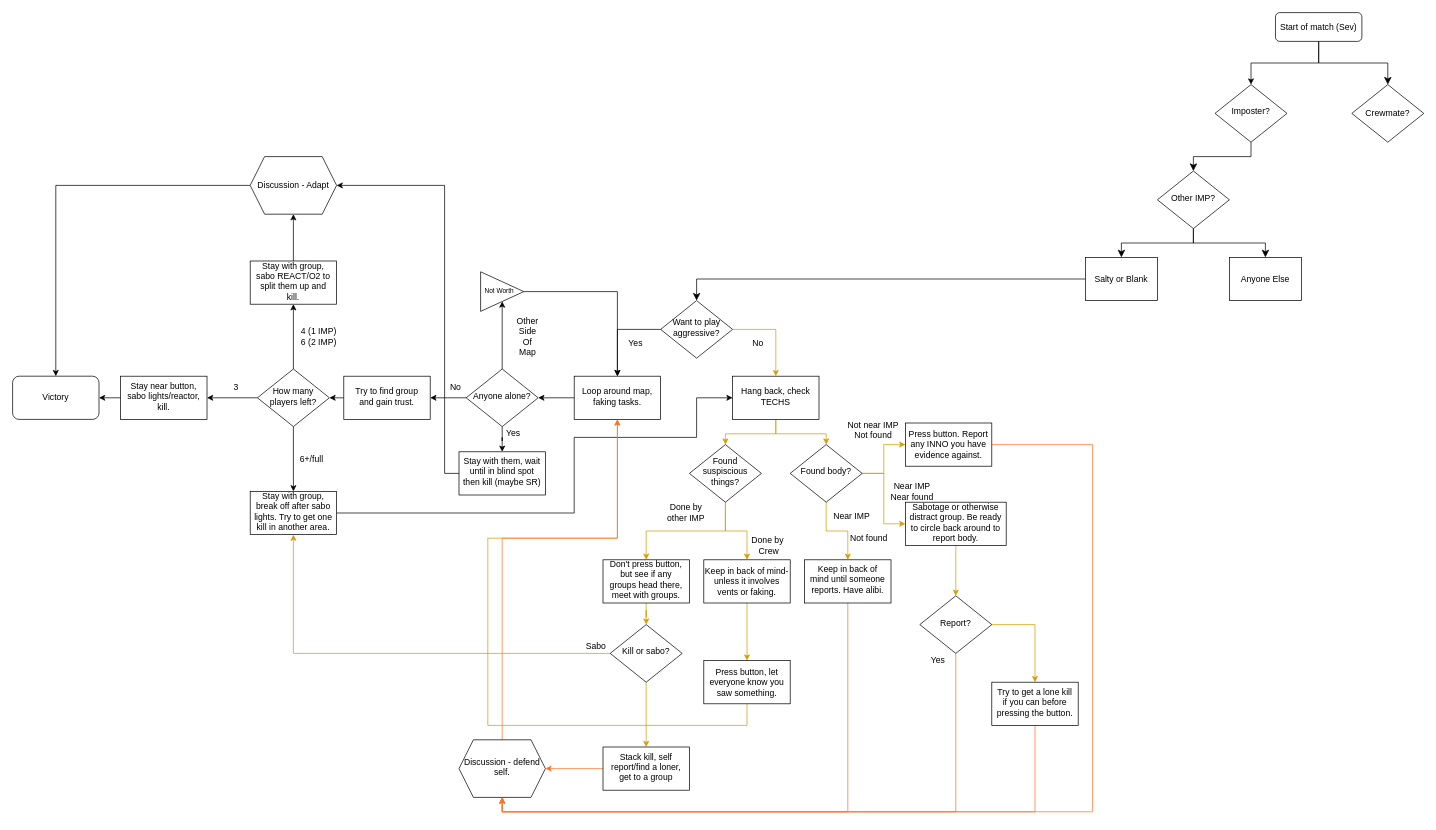
This is Untitled Diagram.drawio from noclueumbreon/My_Projects-ruby-, a draw.io file, before an edit. Source tidied: cells renumbered, new cells numbered last; positions are measured from the earlier drawing's top-left corner, leaving out a move shared by most shapes. Both pictures are drawn from the tidied source at 72%, with x=0, y=0 at pixel (12, 12).
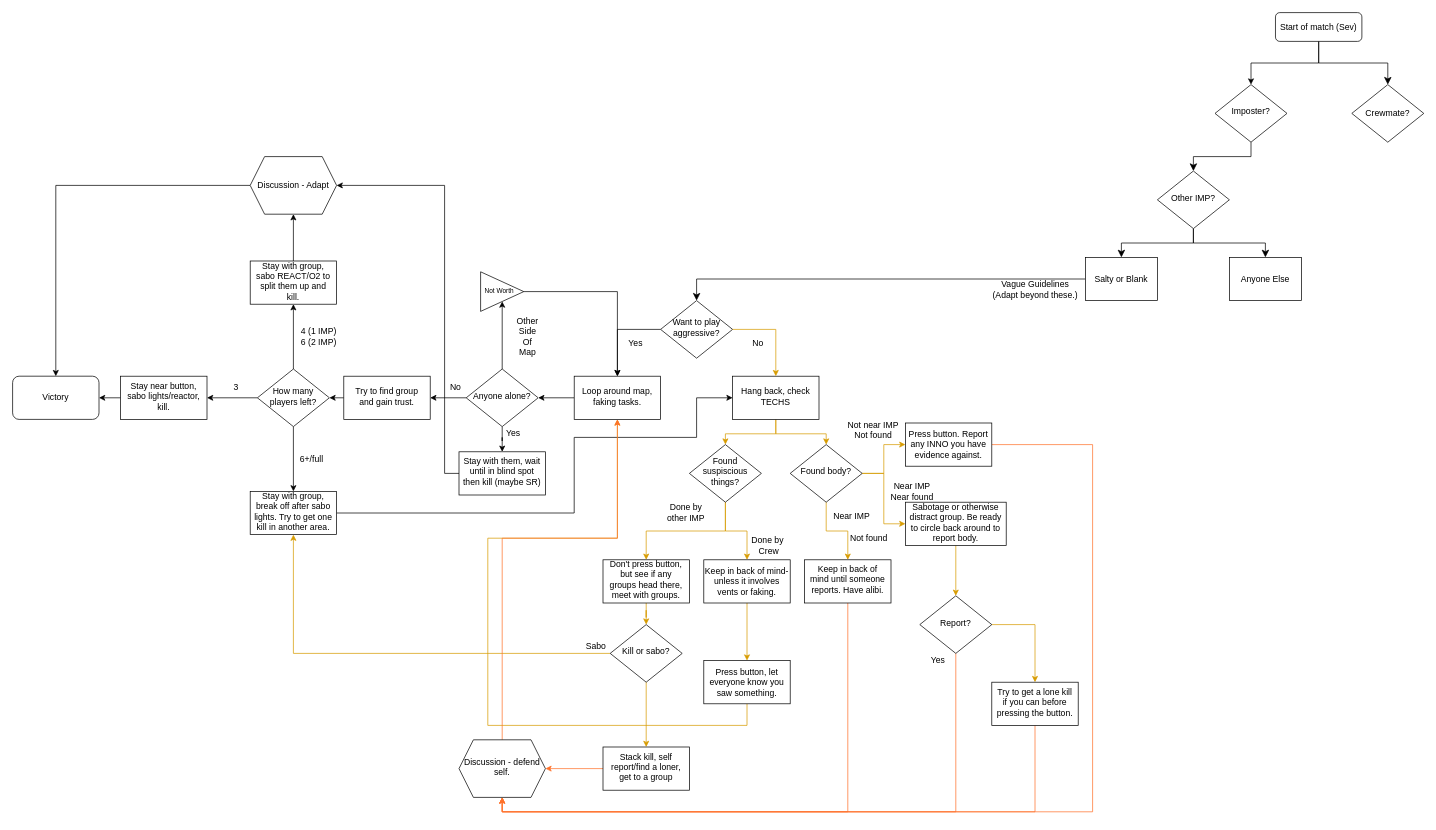
The same diagram, later.

What changed in the source:
```diff
@@
+    <mxCell id="92" value="Vague Guidelines&lt;br&gt;(Adapt beyond these.)" style="text;html=1;align=center;verticalAlign=middle;" parent="1" vertex="1">
+      <mxGeometry x="1355" y="370" width="130" height="30" as="geometry" />
+    </mxCell>
```
